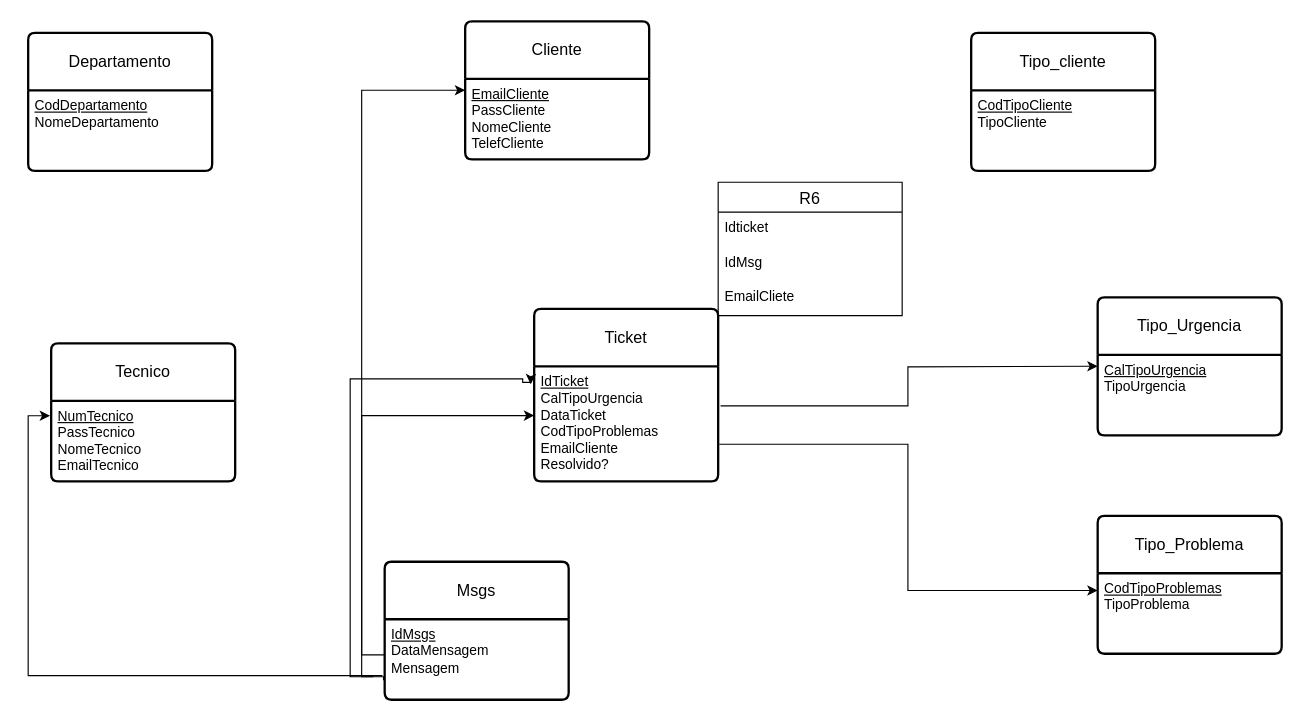
This is ModeloERTickets.drawio from RubenA2109/diagramas, a draw.io file, before an edit. Source tidied: cells renumbered, new cells numbered last; positions are measured from the earlier drawing's top-left corner, leaving out a move shared by most shapes. Both pictures are drawn from the tidied source at 115%, with x=0, y=0 at pixel (28, 21).
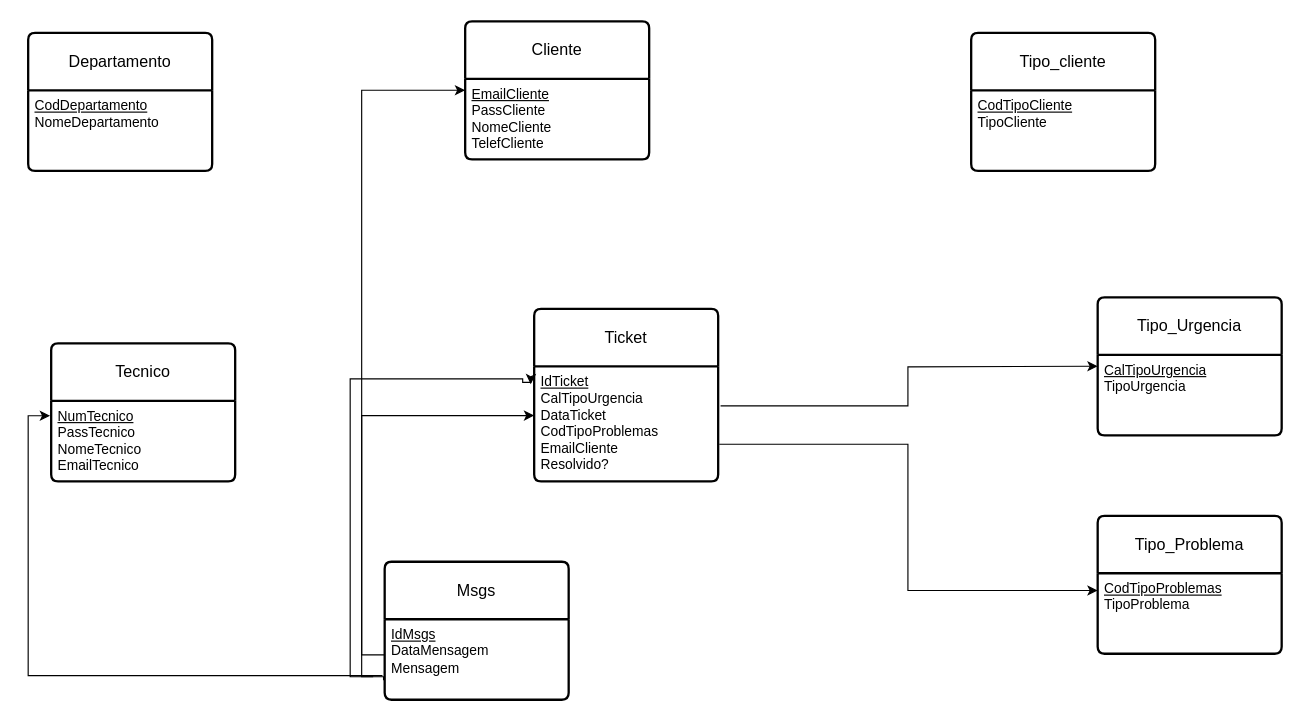
The same page after the edit.

What changed in the source:
```diff
@@
-    <mxCell id="24" value="R6" style="swimlane;fontStyle=0;horizontal=1;startSize=26;align=center;fontSize=14;" parent="1" vertex="1">
-      <mxGeometry x="600" y="140" width="160" height="116" as="geometry" />
-    </mxCell>
-    <mxCell id="25" value="Idticket" style="text;strokeColor=none;fillColor=none;spacingLeft=4;spacingRight=4;overflow=hidden;fontSize=12;whiteSpace=wrap;html=1;" parent="24" vertex="1">
-      <mxGeometry y="26" width="160" height="30" as="geometry" />
-    </mxCell>
-    <mxCell id="26" value="IdMsg" style="text;strokeColor=none;fillColor=none;spacingLeft=4;spacingRight=4;overflow=hidden;fontSize=12;whiteSpace=wrap;html=1;" parent="24" vertex="1">
-      <mxGeometry y="56" width="160" height="30" as="geometry" />
-    </mxCell>
-    <mxCell id="27" value="EmailCliete&lt;div&gt;&lt;br&gt;&lt;/div&gt;" style="text;strokeColor=none;fillColor=none;spacingLeft=4;spacingRight=4;overflow=hidden;fontSize=12;whiteSpace=wrap;html=1;" parent="24" vertex="1">
-      <mxGeometry y="86" width="160" height="30" as="geometry" />
-    </mxCell>
```
